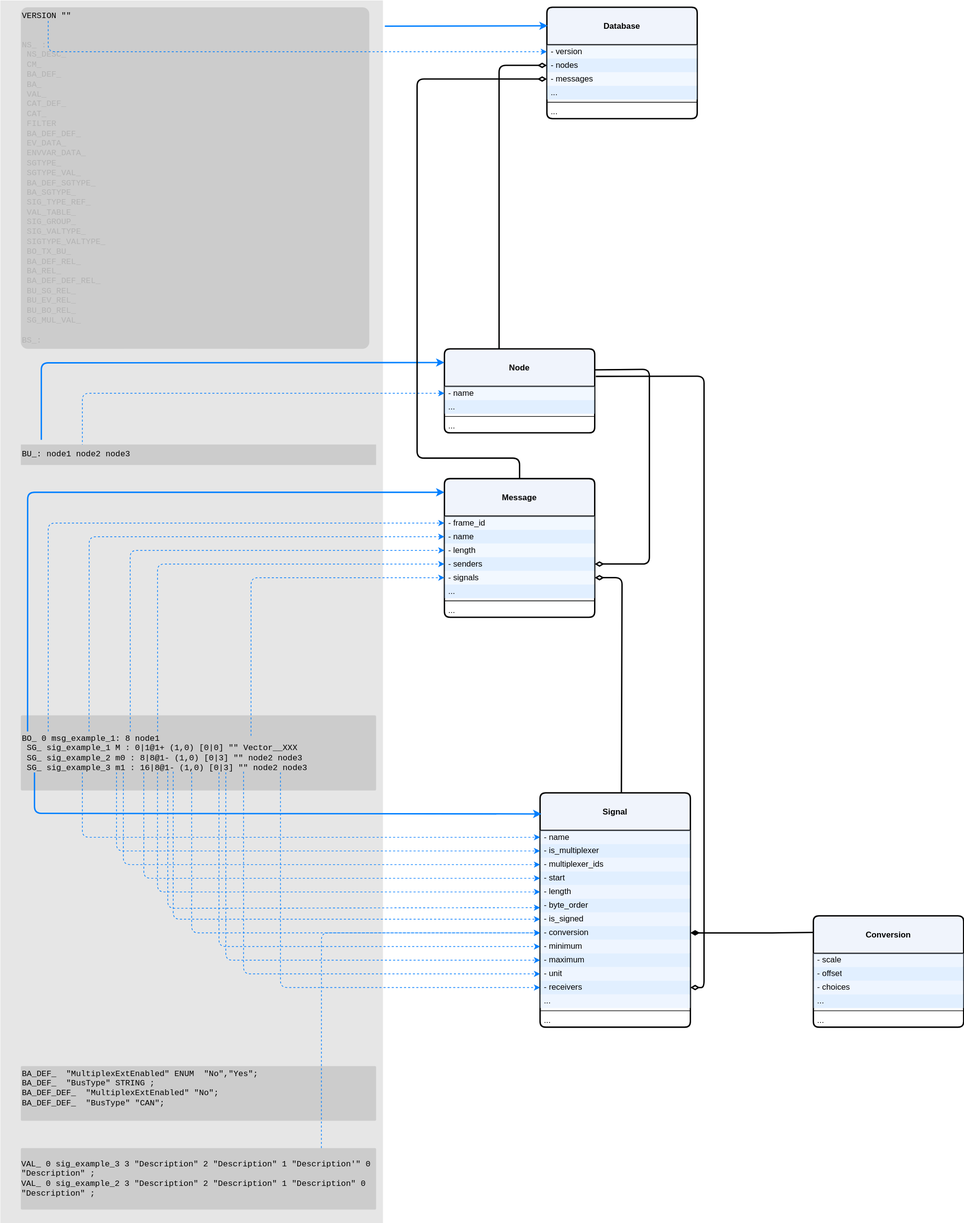
Earlier version of the draw.io export images/2025-8-22-cantools/defmap.svg (braisedp/braisedp.github.io). Source tidied: cells renumbered, new cells last; positions are measured from the earlier drawing's top-left corner, leaving out a move shared by most shapes.
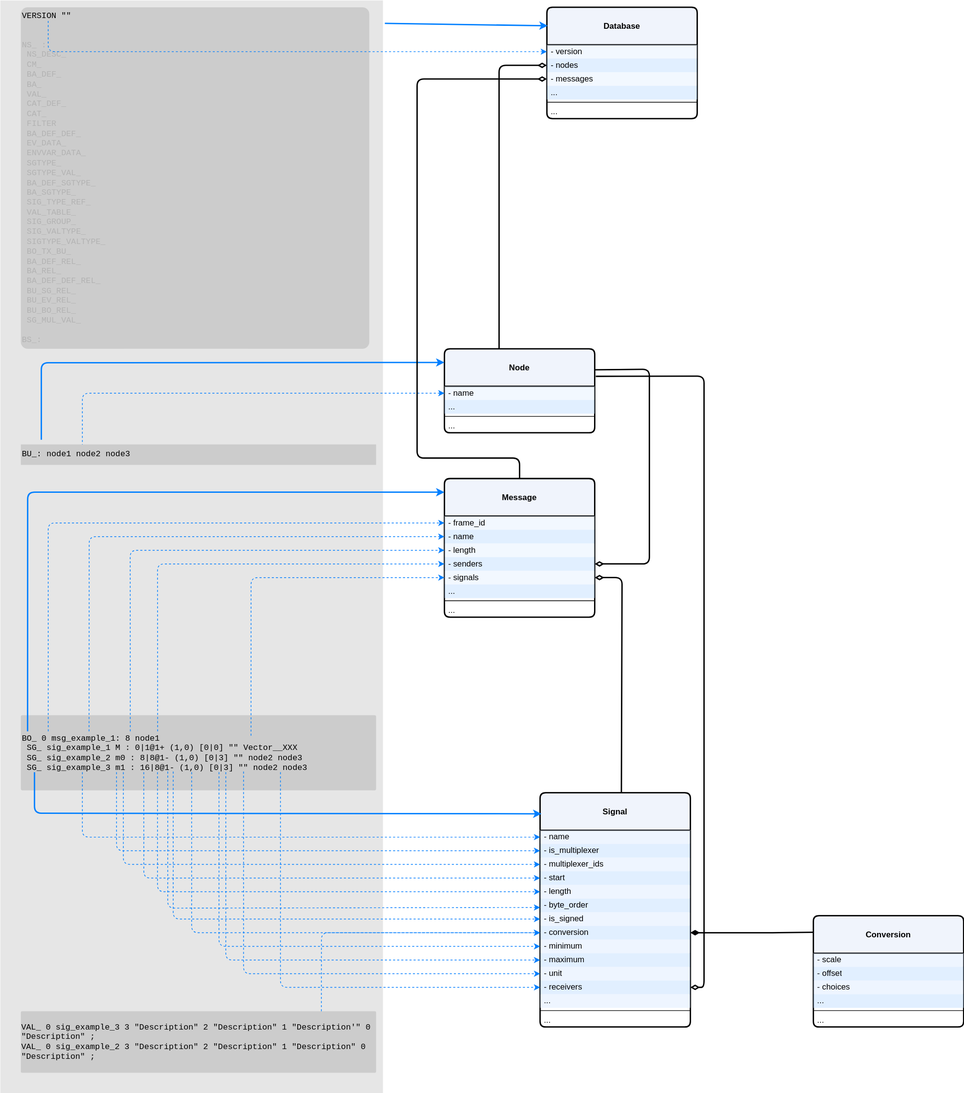
Above is the later version.

What changed in the source:
```diff
@@ -3,7 +3,7 @@
     <mxCell id="0" />
     <mxCell id="1" parent="0" />
     <mxCell id="2" style="rounded=0;whiteSpace=wrap;html=1;fillColor=#E6E6E6;strokeColor=none;" parent="1" vertex="1">
-      <mxGeometry width="560" height="1790" as="geometry" />
+      <mxGeometry width="560" height="1600" as="geometry" />
     </mxCell>
     <mxCell id="3" value="&lt;div style=&quot;font-family: &amp;quot;Courier New&amp;quot;;&quot;&gt;&lt;font&gt;BO_ 0 msg_example_1: 8 node1&lt;/font&gt;&lt;/div&gt;&lt;div style=&quot;font-family: &amp;quot;Courier New&amp;quot;;&quot;&gt;&lt;font&gt;&amp;nbsp;SG_ sig_example_1 M : 0|1@1+ (1,0) [0|0] &quot;&quot;&amp;nbsp;&lt;/font&gt;&lt;span style=&quot;background-color: transparent; color: rgb(0, 0, 0);&quot;&gt;Vector__XXX&lt;/span&gt;&lt;/div&gt;&lt;div style=&quot;font-family: &amp;quot;Courier New&amp;quot;;&quot;&gt;&lt;font&gt;&amp;nbsp;SG_ sig_example_2 m0 : 8|8@1- (1,0) [0|3] &quot;&quot; node2 node3&lt;/font&gt;&lt;/div&gt;&lt;div style=&quot;font-family: &amp;quot;Courier New&amp;quot;;&quot;&gt;&lt;font&gt;&amp;nbsp;SG_ sig_example_3 m1 : 16|8@1- (1,0) [0|3] &quot;&quot; node2 node3&lt;/font&gt;&lt;/div&gt;" style="text;html=1;align=left;verticalAlign=middle;whiteSpace=wrap;rounded=1;fillColor=#CCCCCC;arcSize=2;" parent="1" vertex="1">
       <mxGeometry x="30" y="1046.5" width="520" height="110" as="geometry" />
@@ -128,9 +128,6 @@
         </Array>
       </mxGeometry>
     </mxCell>
-    <mxCell id="38" value="&lt;div style=&quot;font-family: &amp;quot;Courier New&amp;quot;;&quot;&gt;&lt;font&gt;BA_DEF_&amp;nbsp; &quot;MultiplexExtEnabled&quot; ENUM&amp;nbsp; &quot;No&quot;,&quot;Yes&quot;;&lt;/font&gt;&lt;/div&gt;&lt;div style=&quot;font-family: &amp;quot;Courier New&amp;quot;;&quot;&gt;&lt;font&gt;BA_DEF_&amp;nbsp; &quot;BusType&quot; STRING ;&lt;/font&gt;&lt;/div&gt;&lt;div style=&quot;font-family: &amp;quot;Courier New&amp;quot;;&quot;&gt;&lt;font&gt;BA_DEF_DEF_&amp;nbsp; &quot;MultiplexExtEnabled&quot; &quot;No&quot;;&lt;/font&gt;&lt;/div&gt;&lt;div style=&quot;font-family: &amp;quot;Courier New&amp;quot;;&quot;&gt;&lt;font&gt;BA_DEF_DEF_&amp;nbsp; &quot;BusType&quot; &quot;CAN&quot;;&lt;/font&gt;&lt;/div&gt;&lt;div style=&quot;font-family: &amp;quot;Courier New&amp;quot;;&quot;&gt;&lt;br&gt;&lt;/div&gt;" style="text;html=1;align=left;verticalAlign=middle;whiteSpace=wrap;rounded=1;fillColor=#CCCCCC;arcSize=2;" parent="1" vertex="1">
-      <mxGeometry x="30" y="1560" width="520" height="80" as="geometry" />
-    </mxCell>
     <mxCell id="39" style="endArrow=classic;html=1;entryX=0;entryY=0.5;entryDx=0;entryDy=0;dashed=1;exitX=0.077;exitY=0.214;exitDx=0;exitDy=0;exitPerimeter=0;strokeWidth=1;strokeColor=#007FFF;" parent="1" edge="1" source="3" target="10">
       <mxGeometry relative="1" as="geometry">
         <Array as="points">
@@ -270,7 +267,7 @@
       </mxGeometry>
     </mxCell>
     <mxCell id="58" value="&lt;div style=&quot;font-family: &amp;quot;Courier New&amp;quot;; text-align: left;&quot;&gt;VAL_ 0 sig_example_3 3 &quot;Description&quot; 2 &quot;Description&quot; 1 &quot;Description'&quot; 0 &quot;Description&quot; ;&lt;/div&gt;&lt;div style=&quot;font-family: &amp;quot;Courier New&amp;quot;; text-align: left;&quot;&gt;VAL_ 0 sig_example_2 3 &quot;Description&quot; 2 &quot;Description&quot; 1 &quot;Description&quot; 0 &quot;Description&quot; ;&lt;/div&gt;" style="text;html=1;align=center;verticalAlign=middle;whiteSpace=wrap;rounded=1;fillColor=#CCCCCC;arcSize=2;" parent="1" vertex="1">
-      <mxGeometry x="30" y="1680" width="520" height="90" as="geometry" />
+      <mxGeometry x="30" y="1480" width="520" height="90" as="geometry" />
     </mxCell>
     <mxCell id="59" style="endArrow=classic;html=1;dashed=1;fontStyle=1;entryX=0;entryY=0.5;entryDx=0;entryDy=0;exitX=0.846;exitY=0;exitDx=0;exitDy=0;exitPerimeter=0;strokeWidth=1;strokeColor=#007FFF;" parent="1" edge="1" source="58" target="26">
       <mxGeometry relative="1" as="geometry">
```
